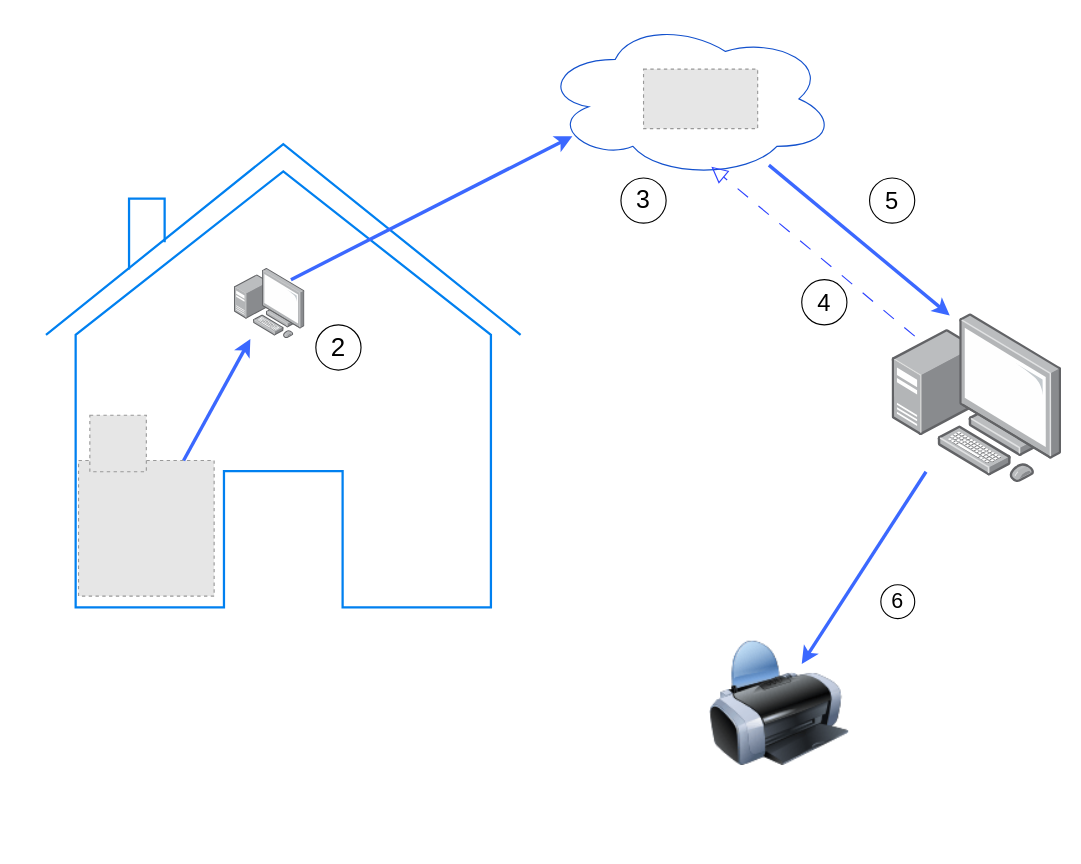
Above: static/Diagramme sans nom.drawio in Siluearsene/borne_biometrique (draw.io), before the change. Source tidied: cells renumbered, new cells numbered last; positions are measured from the earlier drawing's top-left corner, leaving out a move shared by most shapes. Both pictures are drawn from the tidied source at 113%, with x=0, y=0 at pixel (45, 19). Pictures stored in the file or linked from it are replaced by grey dashed boxes.
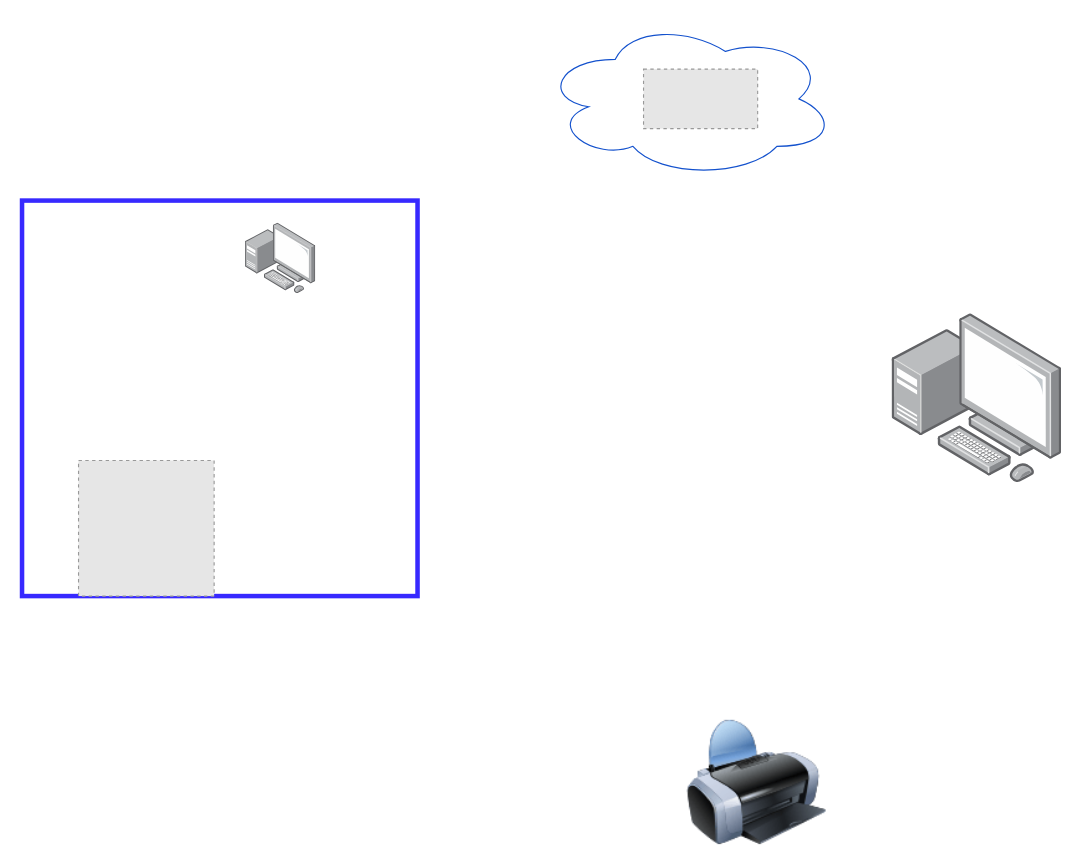
After the change.

Commit message:
Mettre à jour Diagramme sans nom.drawio

The change refers to these unchanged cells:
```xml
<mxCell id="3" style="fillColor=#E6E6E6;strokeColor=#999999;dashed=1;verticalLabelPosition=bottom;labelBackgroundColor=default;verticalAlign=top;" parent="1" vertex="1">
  <mxGeometry x="29" y="390" width="120" height="120" as="geometry" />
</mxCell>
<mxCell id="5" value="Cloud" style="ellipse;shape=cloud;whiteSpace=wrap;html=1;align=center;strokeColor=#1351cd;" parent="1" vertex="1">
  <mxGeometry x="439" width="260" height="140" as="geometry" />
</mxCell>
<mxCell id="8" style="image;points=[];html=1;align=center;shadow=0;dashed=0;image=img/lib/allied_telesis/computer_and_terminals/Personal_Computer_with_Server.svg;" parent="1" vertex="1">
  <mxGeometry x="749" y="260" width="150" height="150" as="geometry" />
</mxCell>
```

Diff of the diagram source:
```diff
@@
-    <mxCell id="2" style="html=1;verticalLabelPosition=bottom;align=center;labelBackgroundColor=#ffffff;verticalAlign=top;strokeWidth=2;strokeColor=#0080F0;shadow=0;dashed=0;shape=mxgraph.ios7.icons.home;" parent="1" vertex="1">
-      <mxGeometry x="0.2" y="110" width="420" height="410" as="geometry" />
-    </mxCell>
+    <mxCell id="20" style="whiteSpace=wrap;html=1;strokeColor=#3729FF;strokeWidth=4;" parent="1" vertex="1">
+      <mxGeometry x="-21" y="160" width="350" height="350" as="geometry" />
+    </mxCell>
@@
     <mxCell id="4" style="image;points=[];html=1;align=center;shadow=0;dashed=0;image=img/lib/allied_telesis/computer_and_terminals/Personal_Computer_with_Server.svg;" parent="1" vertex="1">
-      <mxGeometry x="167" y="220" width="62.4" height="62.4" as="geometry" />
+      <mxGeometry x="176.6" y="180" width="62.4" height="62.4" as="geometry" />
     </mxCell>
@@
-    <mxCell id="6" style="endArrow=classic;html=1;rounded=0;strokeColor=#3B68FF;strokeWidth=3;" parent="1" edge="1" source="3" target="4">
-      <mxGeometry relative="1" as="geometry" />
-    </mxCell>
@@
-    <mxCell id="9" style="endArrow=classic;html=1;rounded=0;strokeColor=#3B68FF;strokeWidth=3;entryX=0.104;entryY=0.736;entryDx=0;entryDy=0;entryPerimeter=0;exitX=0.801;exitY=0.16;exitDx=0;exitDy=0;exitPerimeter=0;" parent="1" edge="1" source="4" target="5">
-      <mxGeometry relative="1" as="geometry" />
-    </mxCell>
-    <mxCell id="10" style="endArrow=classic;html=1;rounded=0;strokeColor=#3B68FF;strokeWidth=3;entryX=0.34;entryY=0.011;entryDx=0;entryDy=0;entryPerimeter=0;" parent="1" edge="1" source="5" target="8">
-      <mxGeometry relative="1" as="geometry" />
-    </mxCell>
-    <mxCell id="11" style="endArrow=block;dashed=1;endFill=0;endSize=12;html=1;rounded=0;entryX=0.577;entryY=0.929;entryDx=0;entryDy=0;entryPerimeter=0;dashPattern=12 12;strokeColor=#2E43FF;" parent="1" edge="1" target="5">
-      <mxGeometry relative="1" as="geometry">
-        <mxPoint x="769" y="280" as="sourcePoint" />
-      </mxGeometry>
-    </mxCell>
     <mxCell id="12" style="image;html=1;image=img/lib/clip_art/computers/Printer_128x128.png;" parent="1" vertex="1">
-      <mxGeometry x="569" y="550" width="160" height="110" as="geometry" />
+      <mxGeometry x="549" y="620" width="160" height="110" as="geometry" />
     </mxCell>
-    <mxCell id="13" style="endArrow=classic;html=1;rounded=0;strokeColor=#3B68FF;strokeWidth=3;exitX=0.2;exitY=0.933;exitDx=0;exitDy=0;exitPerimeter=0;entryX=0.625;entryY=0.182;entryDx=0;entryDy=0;entryPerimeter=0;" parent="1" edge="1" source="8" target="12">
-      <mxGeometry relative="1" as="geometry" />
-    </mxCell>
-    <mxCell id="14" style="fillColor=#E6E6E6;strokeColor=#999999;dashed=1;html=1;verticalAlign=top;verticalLabelPosition=bottom;labelBackgroundColor=#ffffff;" parent="1" vertex="1">
-      <mxGeometry x="39" y="350" width="50" height="50" as="geometry" />
-    </mxCell>
-    <mxCell id="15" value="&lt;font style=&quot;font-size: 23px;&quot;&gt;2&lt;/font&gt;" style="ellipse;whiteSpace=wrap;html=1;" parent="1" vertex="1">
-      <mxGeometry x="239" y="270" width="40" height="40" as="geometry" />
-    </mxCell>
-    <mxCell id="16" value="&lt;font style=&quot;font-size: 22px;&quot;&gt;3&lt;/font&gt;" style="ellipse;whiteSpace=wrap;html=1;" parent="1" vertex="1">
-      <mxGeometry x="509" y="140" width="40" height="40" as="geometry" />
-    </mxCell>
-    <mxCell id="17" value="&lt;font style=&quot;font-size: 21px;&quot;&gt;4&lt;/font&gt;" style="ellipse;whiteSpace=wrap;html=1;" parent="1" vertex="1">
-      <mxGeometry x="669" y="230" width="40" height="40" as="geometry" />
-    </mxCell>
-    <mxCell id="18" value="&lt;font style=&quot;font-size: 21px;&quot;&gt;5&lt;/font&gt;" style="ellipse;whiteSpace=wrap;html=1;" parent="1" vertex="1">
-      <mxGeometry x="729" y="140" width="40" height="40" as="geometry" />
-    </mxCell>
-    <mxCell id="19" value="&lt;font style=&quot;font-size: 19px;&quot;&gt;6&lt;/font&gt;" style="ellipse;whiteSpace=wrap;html=1;" parent="1" vertex="1">
-      <mxGeometry x="739" y="500" width="30" height="30" as="geometry" />
-    </mxCell>
```
